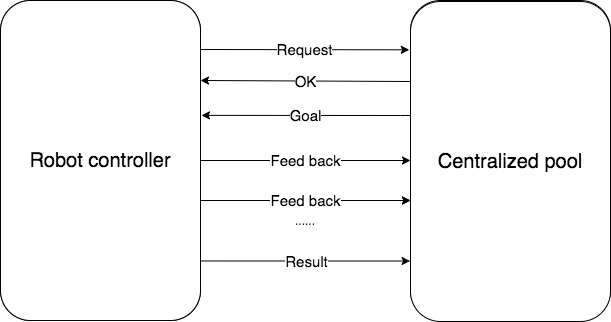
This is Thesis/content/images/ch4/robot_pool_comminication.drawio.png from xuanjiao/master_thesis, a draw.io export, as it was before one commit. Source tidied: cells renumbered, new cells last; positions are measured from the earlier drawing's top-left corner, leaving out a move shared by most shapes. The source it was exported from:
```xml
<mxGraphModel>
  <root>
    <mxCell id="0" />
    <mxCell id="1" parent="0" />
    <mxCell id="2" value="Feed back" style="edgeStyle=orthogonalEdgeStyle;rounded=0;jettySize=auto;html=1;fontSize=15;" parent="1" edge="1" source="3" target="5">
      <mxGeometry relative="1" as="geometry" />
    </mxCell>
    <mxCell id="3" value="&lt;font style=&quot;font-size: 19px&quot;&gt;robot controller&lt;/font&gt;" style="rounded=1;whiteSpace=wrap;html=1;" parent="1" vertex="1">
      <mxGeometry width="200" height="320" as="geometry" />
    </mxCell>
    <mxCell id="4" value="Goal" style="edgeStyle=orthogonalEdgeStyle;rounded=0;jettySize=auto;html=1;entryX=1.005;entryY=0.359;entryDx=0;entryDy=0;entryPerimeter=0;fontSize=15;" parent="1" edge="1" source="5" target="3">
      <mxGeometry relative="1" as="geometry">
        <Array as="points">
          <mxPoint x="400" y="115" />
          <mxPoint x="400" y="115" />
        </Array>
      </mxGeometry>
    </mxCell>
    <mxCell id="5" value="&lt;font style=&quot;font-size: 19px&quot;&gt;centralized pool&lt;/font&gt;" style="rounded=1;whiteSpace=wrap;html=1;" parent="1" vertex="1">
      <mxGeometry x="410" width="200" height="320" as="geometry" />
    </mxCell>
    <mxCell id="6" value="feed back" style="edgeStyle=orthogonalEdgeStyle;rounded=0;orthogonalLoop=1;jettySize=auto;html=1;fontSize=15;" parent="1" edge="1">
      <mxGeometry relative="1" as="geometry">
        <mxPoint x="200" y="200" as="sourcePoint" />
        <mxPoint x="410" y="200" as="targetPoint" />
      </mxGeometry>
    </mxCell>
    <mxCell id="7" value="&lt;font style=&quot;font-size: 20px&quot;&gt;Robot controller&lt;br&gt;&lt;/font&gt;" style="rounded=1;whiteSpace=wrap;html=1;glass=0;" parent="1" vertex="1">
      <mxGeometry width="200" height="320" as="geometry" />
    </mxCell>
    <mxCell id="8" value="&lt;font style=&quot;font-size: 20px&quot;&gt;Centralized pool&lt;br&gt;&lt;/font&gt;" style="rounded=1;whiteSpace=wrap;html=1;" parent="1" vertex="1">
      <mxGeometry x="410" y="1" width="200" height="320" as="geometry" />
    </mxCell>
    <mxCell id="9" value="Feed back" style="edgeStyle=orthogonalEdgeStyle;rounded=0;orthogonalLoop=1;jettySize=auto;html=1;fontSize=15;" parent="1" edge="1">
      <mxGeometry relative="1" as="geometry">
        <mxPoint x="200" y="200" as="sourcePoint" />
        <mxPoint x="410" y="200" as="targetPoint" />
      </mxGeometry>
    </mxCell>
    <mxCell id="10" value="Result" style="endArrow=classic;html=1;exitX=1.003;exitY=0.814;exitDx=0;exitDy=0;entryX=-0.002;entryY=0.811;entryDx=0;entryDy=0;fontSize=15;exitPerimeter=0;entryPerimeter=0;" parent="1" edge="1" source="7" target="8">
      <mxGeometry relative="1" as="geometry" />
    </mxCell>
    <mxCell id="11" value="OK" style="endArrow=classic;html=1;entryX=1;entryY=0.25;entryDx=0;entryDy=0;exitX=0;exitY=0.25;exitDx=0;exitDy=0;fontSize=15;" parent="1" edge="1" source="8" target="7">
      <mxGeometry relative="1" as="geometry" />
    </mxCell>
    <mxCell id="12" value="&lt;font style=&quot;font-size: 15px;&quot;&gt;Request&lt;/font&gt;" style="endArrow=classic;html=1;entryX=-0.006;entryY=0.151;entryDx=0;entryDy=0;entryPerimeter=0;fontSize=15;" parent="1" edge="1" target="8">
      <mxGeometry relative="1" as="geometry">
        <mxPoint x="200" y="49" as="sourcePoint" />
      </mxGeometry>
    </mxCell>
    <mxCell id="13" value="......" style="text;html=1;strokeColor=none;fillColor=none;align=center;verticalAlign=middle;whiteSpace=wrap;rounded=0;" parent="1" vertex="1">
      <mxGeometry x="285" y="210" width="40" height="20" as="geometry" />
    </mxCell>
  </root>
</mxGraphModel>
```
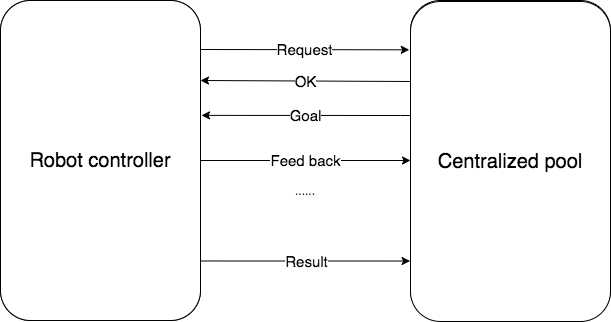
Later version of the same file.

The edit, as a diff of the source:
```diff
@@ -19,24 +19,12 @@
     <mxCell id="5" value="&lt;font style=&quot;font-size: 19px&quot;&gt;centralized pool&lt;/font&gt;" style="rounded=1;whiteSpace=wrap;html=1;" parent="1" vertex="1">
       <mxGeometry x="410" width="200" height="320" as="geometry" />
     </mxCell>
-    <mxCell id="6" value="feed back" style="edgeStyle=orthogonalEdgeStyle;rounded=0;orthogonalLoop=1;jettySize=auto;html=1;fontSize=15;" parent="1" edge="1">
-      <mxGeometry relative="1" as="geometry">
-        <mxPoint x="200" y="200" as="sourcePoint" />
-        <mxPoint x="410" y="200" as="targetPoint" />
-      </mxGeometry>
-    </mxCell>
     <mxCell id="7" value="&lt;font style=&quot;font-size: 20px&quot;&gt;Robot controller&lt;br&gt;&lt;/font&gt;" style="rounded=1;whiteSpace=wrap;html=1;glass=0;" parent="1" vertex="1">
       <mxGeometry width="200" height="320" as="geometry" />
     </mxCell>
     <mxCell id="8" value="&lt;font style=&quot;font-size: 20px&quot;&gt;Centralized pool&lt;br&gt;&lt;/font&gt;" style="rounded=1;whiteSpace=wrap;html=1;" parent="1" vertex="1">
       <mxGeometry x="410" y="1" width="200" height="320" as="geometry" />
     </mxCell>
-    <mxCell id="9" value="Feed back" style="edgeStyle=orthogonalEdgeStyle;rounded=0;orthogonalLoop=1;jettySize=auto;html=1;fontSize=15;" parent="1" edge="1">
-      <mxGeometry relative="1" as="geometry">
-        <mxPoint x="200" y="200" as="sourcePoint" />
-        <mxPoint x="410" y="200" as="targetPoint" />
-      </mxGeometry>
-    </mxCell>
     <mxCell id="10" value="Result" style="endArrow=classic;html=1;exitX=1.003;exitY=0.814;exitDx=0;exitDy=0;entryX=-0.002;entryY=0.811;entryDx=0;entryDy=0;fontSize=15;exitPerimeter=0;entryPerimeter=0;" parent="1" edge="1" source="7" target="8">
       <mxGeometry relative="1" as="geometry" />
     </mxCell>
@@ -49,7 +37,7 @@
       </mxGeometry>
     </mxCell>
     <mxCell id="13" value="......" style="text;html=1;strokeColor=none;fillColor=none;align=center;verticalAlign=middle;whiteSpace=wrap;rounded=0;" parent="1" vertex="1">
-      <mxGeometry x="285" y="210" width="40" height="20" as="geometry" />
+      <mxGeometry x="284.5" y="180" width="40" height="20" as="geometry" />
     </mxCell>
   </root>
 </mxGraphModel>
```
